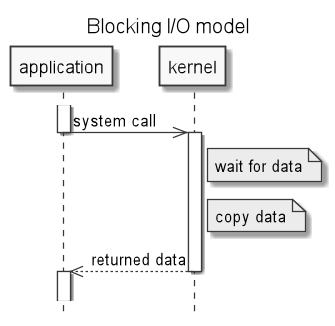
Above: .images/blocking_IO_model.png in c0p4c4b4n4/demo-sockets-io-nio-nio2 (PlantUML), before the change.
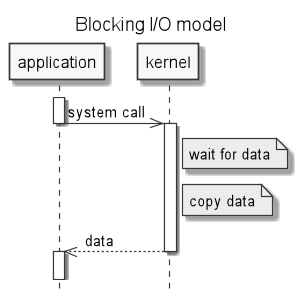
The same file after the commit.

What changed in the source:
```diff
@@ -9,7 +9,7 @@
 activate kernel
 Note right of kernel: wait for data
 Note right of kernel: copy data
-kernel-->>application: returned data
+kernel-->>application: data
 deactivate kernel
 activate application
 ||15||
```
